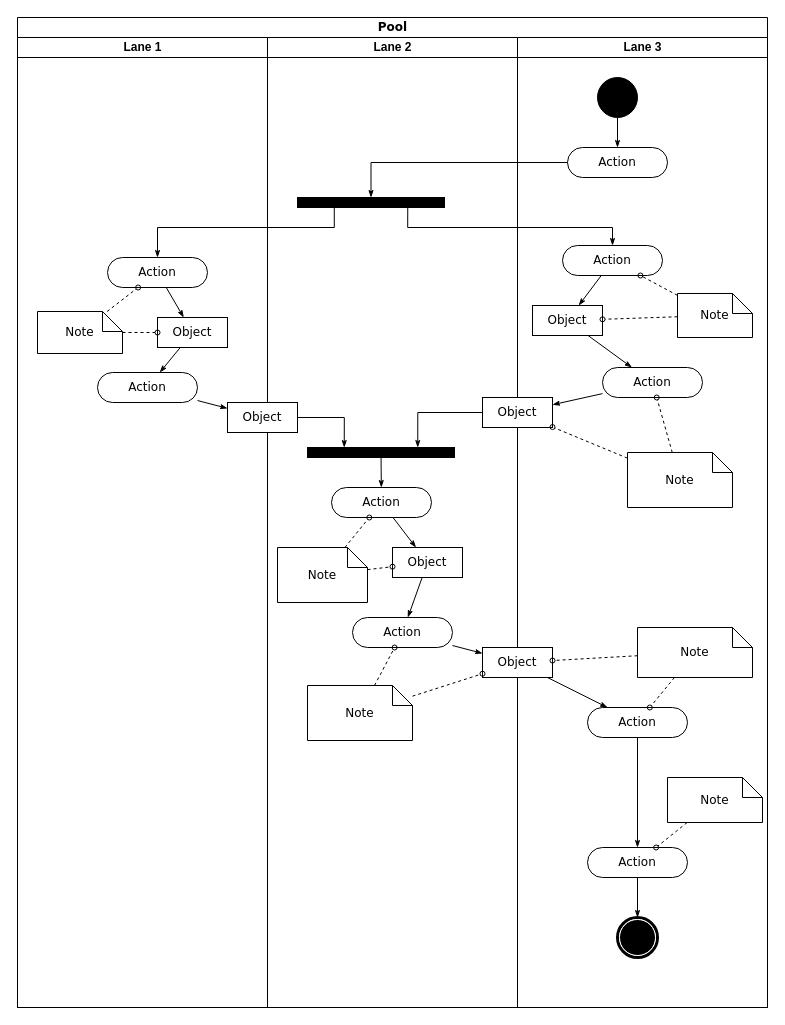
Earlier version of the draw.io diagram Untitled Diagram.drawio (alethanhson/alethanhson). Source tidied: cells renumbered, new cells numbered last; positions are measured from the earlier drawing's top-left corner, leaving out a move shared by most shapes. Both pictures are drawn from the tidied source at 100%, with x=0, y=0 at pixel (17, 17).
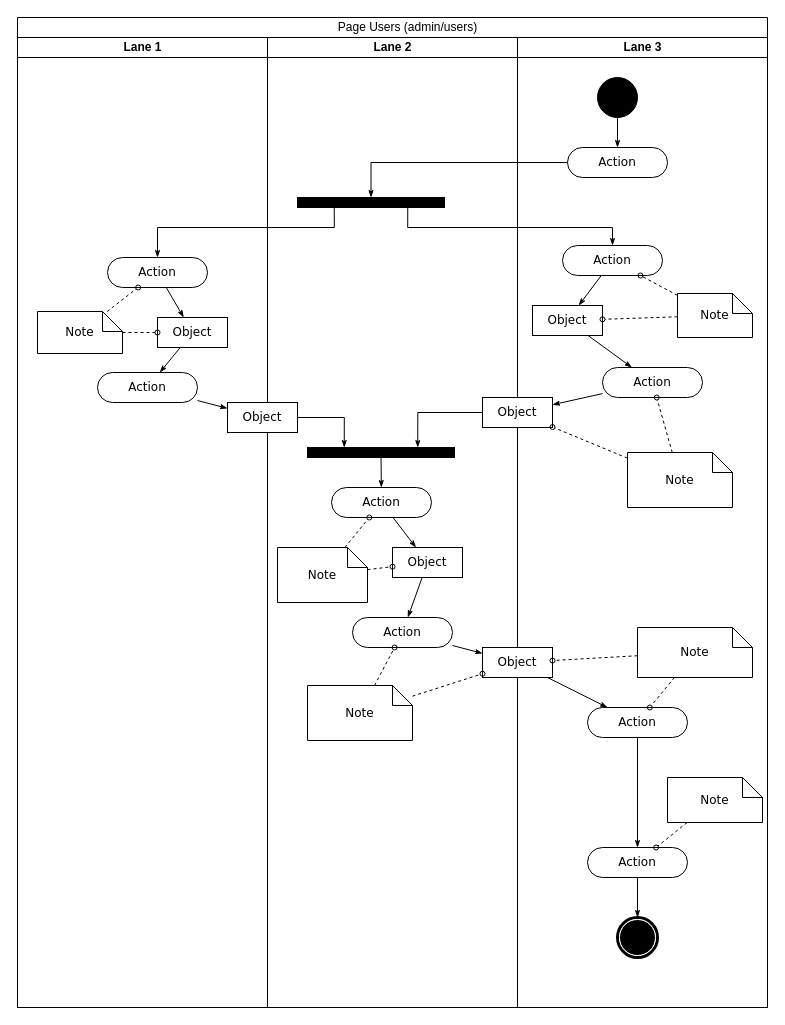
Above is the later version.

Commit message:
Nexus Point

Change to the diagram source:
```diff
@@
-    <mxCell id="2" value="Pool" style="swimlane;html=1;startSize=20;rounded=0;shadow=0;comic=0;labelBackgroundColor=none;strokeWidth=1;fontFamily=Verdana;fontSize=12;align=center;" parent="1" vertex="1">
+    <mxCell id="2" style="swimlane;html=1;startSize=20;rounded=0;shadow=0;comic=0;labelBackgroundColor=none;strokeWidth=1;fontFamily=Verdana;fontSize=12;align=center;" parent="1" vertex="1">
       <mxGeometry width="750" height="990" as="geometry" />
     </mxCell>
@@
+    <mxCell id="64" value="Page Users (admin/users)" style="text;html=1;align=center;verticalAlign=middle;strokeColor=none;fillColor=none;" parent="1" vertex="1">
+      <mxGeometry x="315" width="150" height="20" as="geometry" />
+    </mxCell>
```
